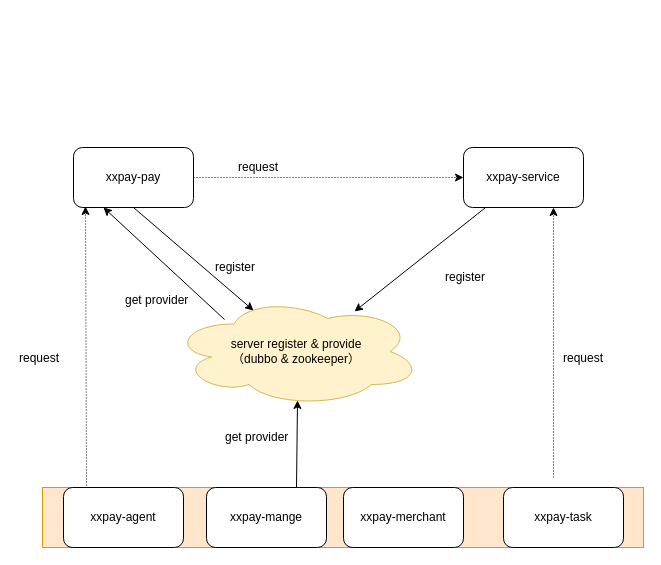
Above: xxpay-dependency-details.drawio in dengjunwen/UML (draw.io), before the change. Source tidied: cells renumbered, new cells numbered last; positions are measured from the earlier drawing's top-left corner, leaving out a move shared by most shapes. Both pictures are drawn from the tidied source at 100%, with x=0, y=0 at pixel (17, 147).
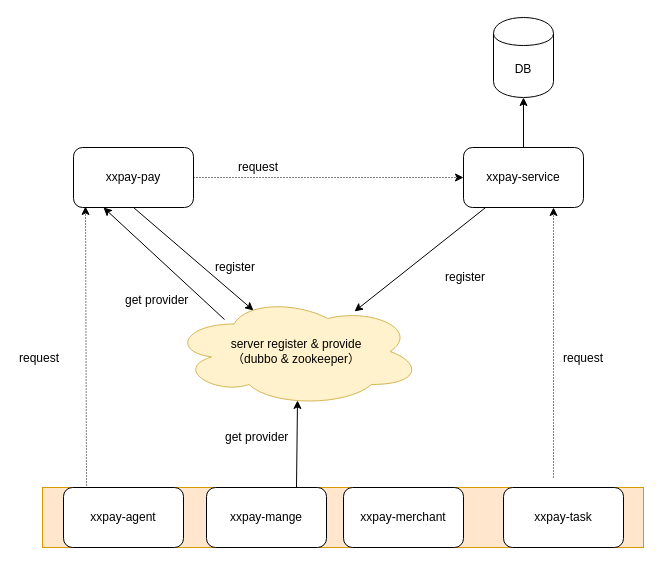
The same page after the edit.

Unchanged cells that the change refers to:
```xml
<mxCell id="3" value="xxpay-service" style="rounded=1;whiteSpace=wrap;html=1;" parent="1" vertex="1">
  <mxGeometry x="446" width="120" height="60" as="geometry" />
</mxCell>
```

The edit, as a diff of the source:
```diff
@@
+    <mxCell id="24" style="edgeStyle=orthogonalEdgeStyle;rounded=0;jettySize=auto;html=1;exitX=0.5;exitY=0;exitDx=0;exitDy=0;entryX=0.5;entryY=1;entryDx=0;entryDy=0;" parent="1" edge="1" source="3" target="25">
+      <mxGeometry relative="1" as="geometry" />
+    </mxCell>
@@
+    <mxCell id="25" value="DB" style="shape=cylinder;whiteSpace=wrap;html=1;boundedLbl=1;backgroundOutline=1;" parent="1" vertex="1">
+      <mxGeometry x="476" y="-130" width="60" height="80" as="geometry" />
+    </mxCell>
```
